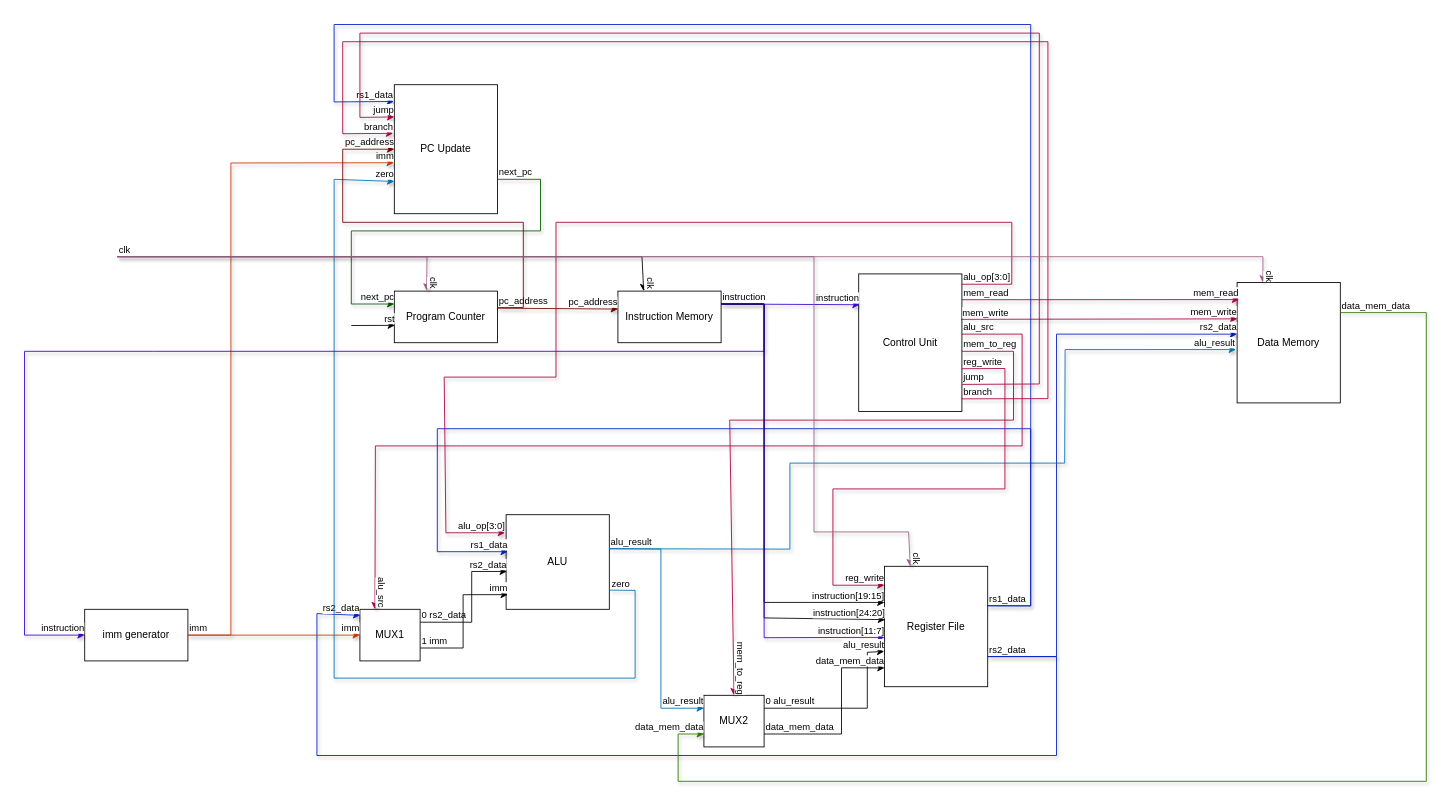
HappyTommyli/RISC-V keeps this draw.io diagram as single_cycle/single_cycle_datapath.drawio. Above is the earlier version. Source tidied: cells renumbered, new cells numbered last; positions are measured from the earlier drawing's top-left corner, leaving out a move shared by most shapes. Both pictures are drawn from the tidied source at 86%, with x=0, y=0 at pixel (24, 24).
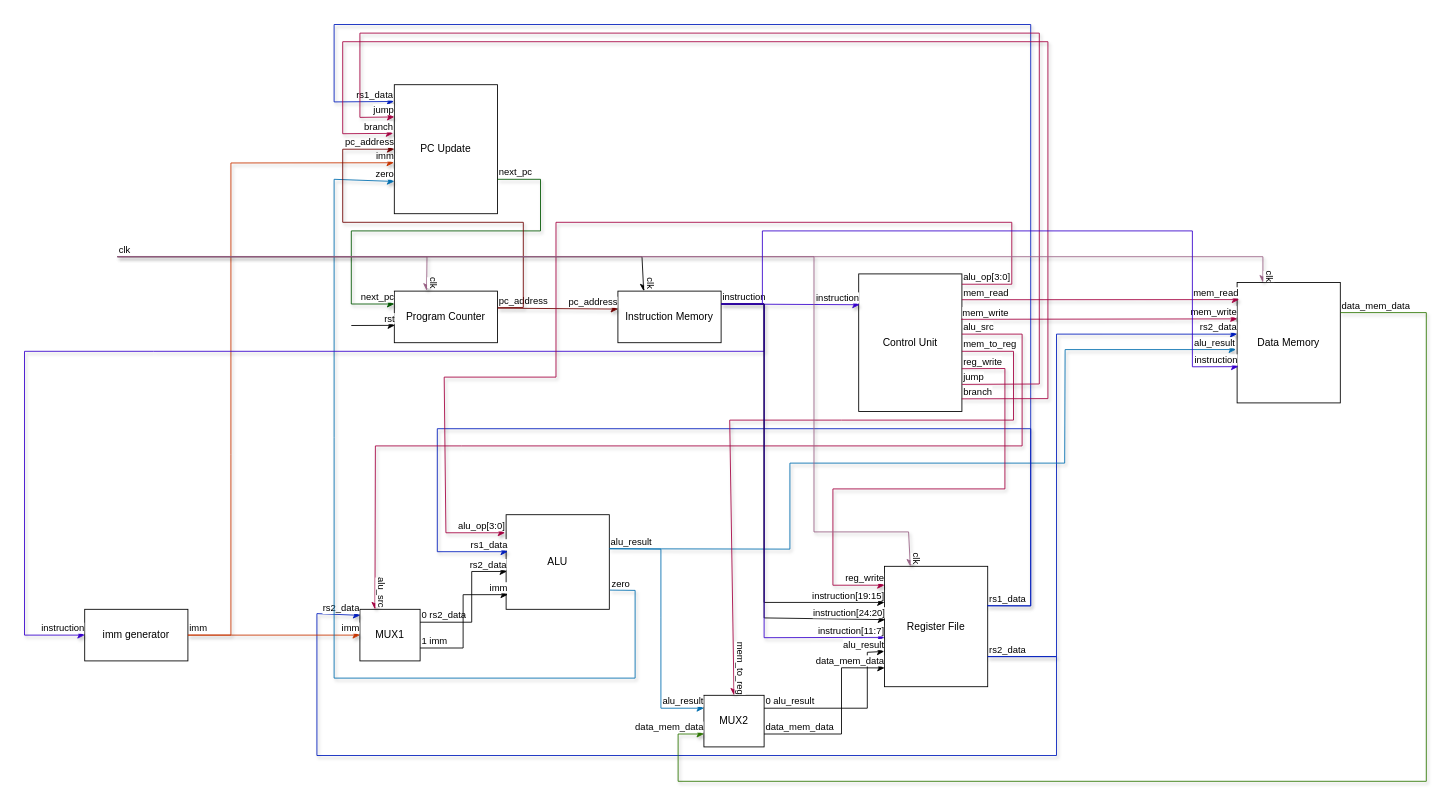
After the change.

Commit message (it also covers changes not shown here):
data_mem

Unchanged cells that the change refers to:
```xml
<mxCell id="3" value="Instruction Memory" style="rounded=0;whiteSpace=wrap;html=1;" parent="1" vertex="1">
  <mxGeometry x="690" y="310" width="120" height="60" as="geometry" />
</mxCell>
<mxCell id="6" value="Data Memory" style="rounded=0;whiteSpace=wrap;html=1;" parent="1" vertex="1">
  <mxGeometry x="1410" y="300" width="120" height="140" as="geometry" />
</mxCell>
```

The edit, as a diff of the source:
```diff
@@
+    <mxCell id="104" style="endArrow=classic;html=1;exitX=1;exitY=0.25;exitDx=0;exitDy=0;entryX=0.012;entryY=0.699;entryDx=0;entryDy=0;entryPerimeter=0;strokeColor=#3700CC;rounded=0;curved=0;" parent="1" edge="1" source="3" target="6">
+      <mxGeometry relative="1" as="geometry">
+        <Array as="points">
+          <mxPoint x="858" y="325" />
+          <mxPoint x="858" y="240" />
+          <mxPoint x="1358" y="240" />
+          <mxPoint x="1358" y="398" />
+        </Array>
+      </mxGeometry>
+    </mxCell>
+    <mxCell id="105" value="instruction" style="edgeLabel;html=1;align=right;verticalAlign=bottom;" parent="104" vertex="1">
+      <mxGeometry x="1" relative="1" as="geometry" />
+    </mxCell>
```
